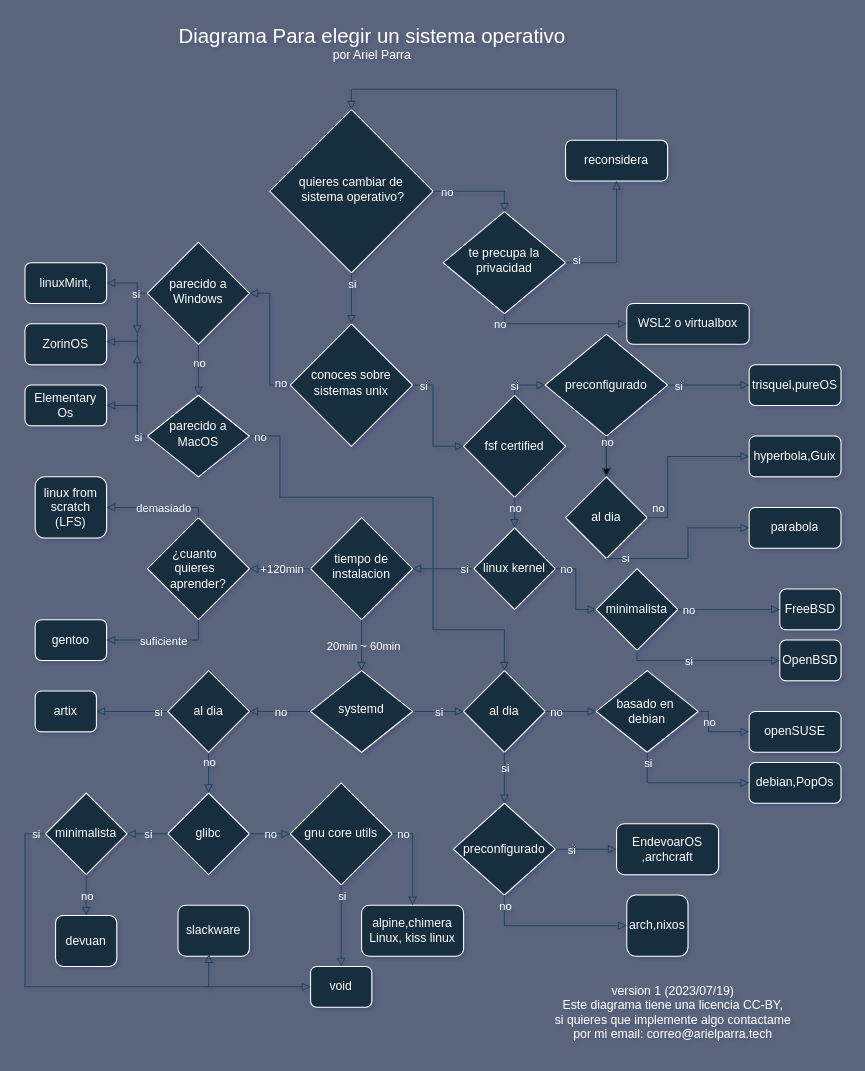
The draw.io diagram eligeDistro.drawio in ArielParra/linuxPresentation, before the edit. Source tidied: cells renumbered, new cells numbered last; positions are measured from the earlier drawing's top-left corner, leaving out a move shared by most shapes. Both pictures are drawn from the tidied source at 102%, with x=0, y=0 at pixel (24, 17).
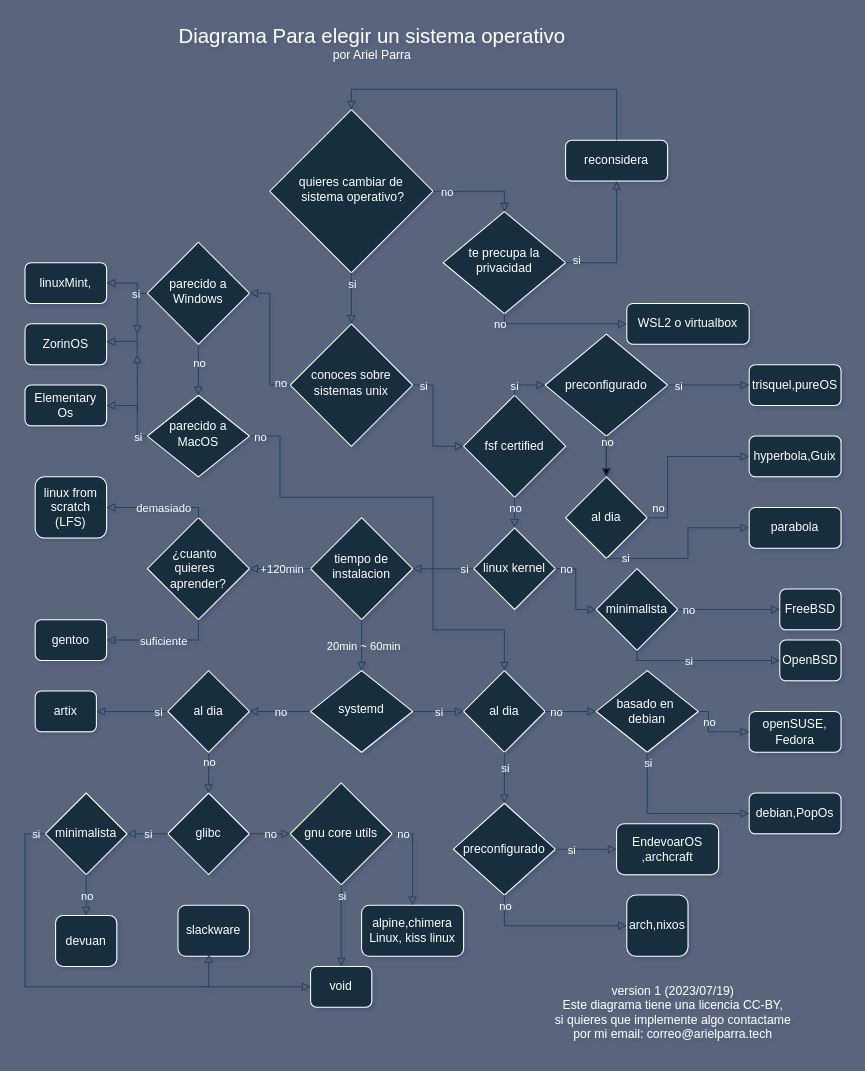
After the change.

Commit message (it also covers changes not shown here):
comit de hoy

Unchanged cells that the change refers to:
```xml
<mxCell id="100" value="&lt;div&gt;basado en&amp;nbsp;&lt;/div&gt;&lt;div&gt;debian&lt;/div&gt;" style="rhombus;whiteSpace=wrap;html=1;labelBackgroundColor=none;fillColor=#182E3E;strokeColor=#FFFFFF;fontColor=#FFFFFF;" parent="1" vertex="1">
  <mxGeometry x="560" y="640" width="100" height="80" as="geometry" />
</mxCell>
```

The edit, as a diff of the source:
```diff
@@
-    <mxCell id="68" value="openSUSE" style="rounded=1;whiteSpace=wrap;html=1;fontSize=12;glass=0;strokeWidth=1;shadow=0;labelBackgroundColor=none;fillColor=#182E3E;strokeColor=#FFFFFF;fontColor=#FFFFFF;" parent="1" vertex="1">
+    <mxCell id="68" value="openSUSE, Fedora" style="rounded=1;whiteSpace=wrap;html=1;fontSize=12;glass=0;strokeWidth=1;shadow=0;labelBackgroundColor=none;fillColor=#182E3E;strokeColor=#FFFFFF;fontColor=#FFFFFF;" parent="1" vertex="1">
       <mxGeometry x="710" y="680" width="90" height="40" as="geometry" />
     </mxCell>
@@
-    <mxCell id="89" value="debian,PopOs" style="rounded=1;whiteSpace=wrap;html=1;fontSize=12;glass=0;strokeWidth=1;shadow=0;labelBackgroundColor=none;fillColor=#182E3E;strokeColor=#FFFFFF;fontColor=#FFFFFF;" parent="1" vertex="1">
-      <mxGeometry x="710" y="730" width="90" height="40" as="geometry" />
+    <mxCell id="89" value="debian,PopOs" style="rounded=1;whiteSpace=wrap;html=1;fontSize=12;glass=0;strokeWidth=1;shadow=0;labelBackgroundColor=none;fillColor=#182E3E;strokeColor=#FFFFFF;fontColor=#FFFFFF;gradientColor=none;" parent="1" vertex="1">
+      <mxGeometry x="710" y="760" width="90" height="40" as="geometry" />
     </mxCell>
@@
     <mxCell id="101" style="endArrow=block;html=1;rounded=0;endFill=0;entryX=0;entryY=0.5;entryDx=0;entryDy=0;labelBackgroundColor=none;strokeColor=#23445D;fontColor=default;exitX=0.5;exitY=1;exitDx=0;exitDy=0;" parent="1" edge="1" source="100" target="89">
       <mxGeometry relative="1" as="geometry">
         <Array as="points">
-          <mxPoint x="610" y="750" />
+          <mxPoint x="610" y="780" />
         </Array>
       </mxGeometry>
     </mxCell>
     <mxCell id="102" value="si" style="edgeLabel;html=1;align=center;verticalAlign=middle;labelBackgroundColor=none;fontColor=#FFFFFF;" parent="101" vertex="1">
       <mxGeometry relative="1" as="geometry">
-        <mxPoint x="-35" y="-20" as="offset" />
+        <mxPoint x="-20" y="-50" as="offset" />
       </mxGeometry>
     </mxCell>
```
